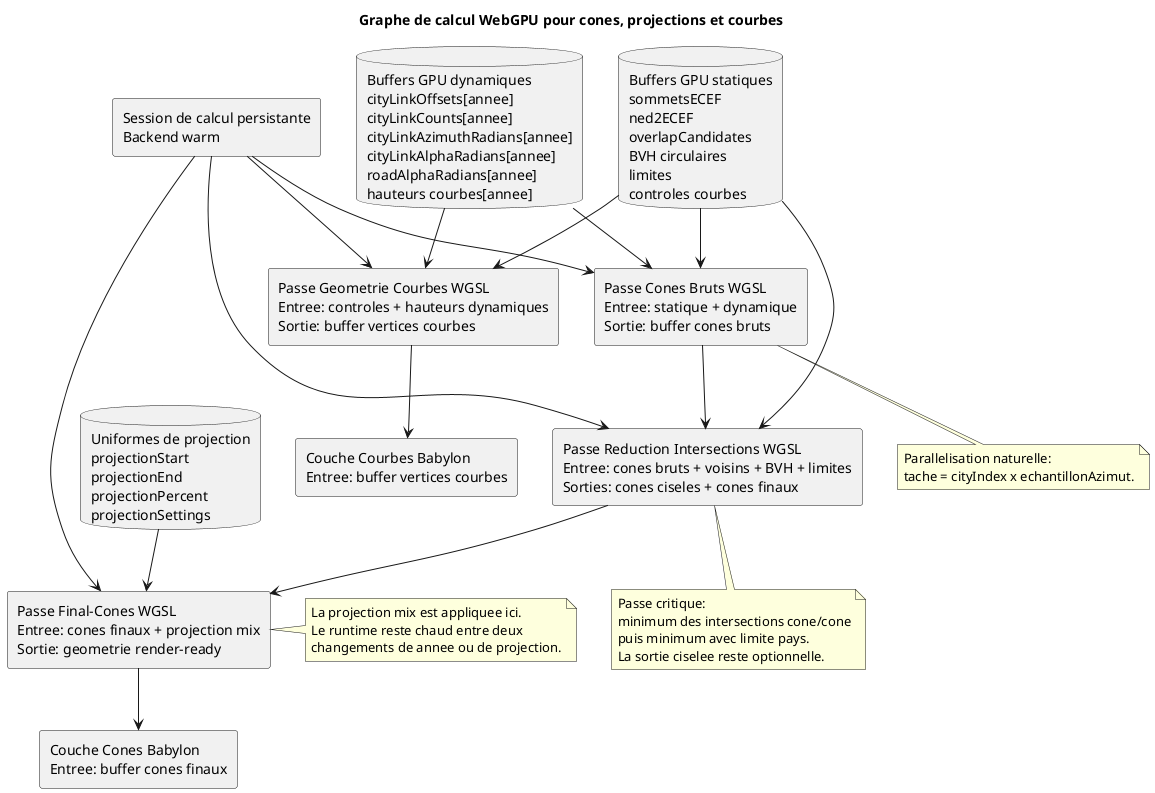
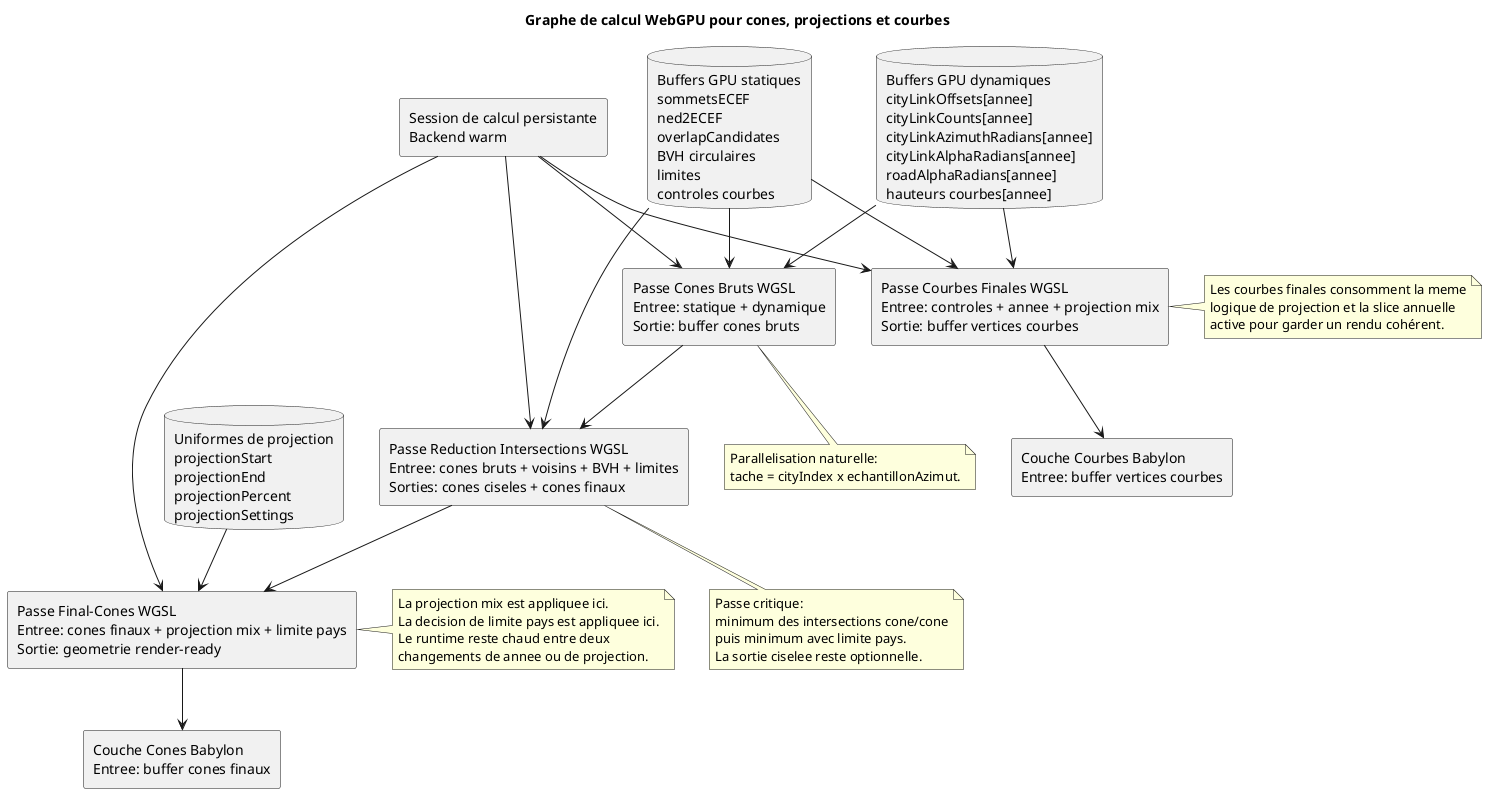
@startuml
title Graphe de calcul WebGPU pour cones, projections et courbes

skinparam componentStyle rectangle

database "Buffers GPU statiques\nsommetsECEF\nned2ECEF\noverlapCandidates\nBVH circulaires\nlimites\ncontroles courbes" as staticBuffers
database "Buffers GPU dynamiques\ncityLinkOffsets[annee]\ncityLinkCounts[annee]\ncityLinkAzimuthRadians[annee]\ncityLinkAlphaRadians[annee]\nroadAlphaRadians[annee]\nhauteurs courbes[annee]" as dynamicBuffers
database "Uniformes de projection\nprojectionStart\nprojectionEnd\nprojectionPercent\nprojectionSettings" as projectionUniforms
component "Session de calcul persistante\nBackend warm" as runtime

component "Passe Cones Bruts WGSL\nEntree: statique + dynamique\nSortie: buffer cones bruts" as raw
component "Passe Reduction Intersections WGSL\nEntree: cones bruts + voisins + BVH + limites\nSorties: cones ciseles + cones finaux" as intersect
- component "Passe Final-Cones WGSL\nEntree: cones finaux + projection mix\nSortie: geometrie render-ready" as finalCones
- component "Passe Geometrie Courbes WGSL\nEntree: controles + hauteurs dynamiques\nSortie: buffer vertices courbes" as curve
+ component "Passe Final-Cones WGSL\nEntree: cones finaux + projection mix + limite pays\nSortie: geometrie render-ready" as finalCones
+ component "Passe Courbes Finales WGSL\nEntree: controles + annee + projection mix\nSortie: buffer vertices courbes" as curve
component "Couche Cones Babylon\nEntree: buffer cones finaux" as coneLayer
component "Couche Courbes Babylon\nEntree: buffer vertices courbes" as curveLayer

runtime --> raw
runtime --> intersect
runtime --> finalCones
runtime --> curve
staticBuffers --> raw
dynamicBuffers --> raw
raw --> intersect
staticBuffers --> intersect
projectionUniforms --> finalCones
intersect --> finalCones
finalCones --> coneLayer
staticBuffers --> curve
dynamicBuffers --> curve
curve --> curveLayer

note bottom of raw
  Parallelisation naturelle:
  tache = cityIndex x echantillonAzimut.
end note

note bottom of intersect
  Passe critique:
  minimum des intersections cone/cone
  puis minimum avec limite pays.
  La sortie ciselee reste optionnelle.
end note

note right of finalCones
  La projection mix est appliquee ici.
+   La decision de limite pays est appliquee ici.
  Le runtime reste chaud entre deux
  changements de annee ou de projection.
end note
+ 
+ note right of curve
+   Les courbes finales consomment la meme
+   logique de projection et la slice annuelle
+   active pour garder un rendu cohérent.
+ end note
@enduml
